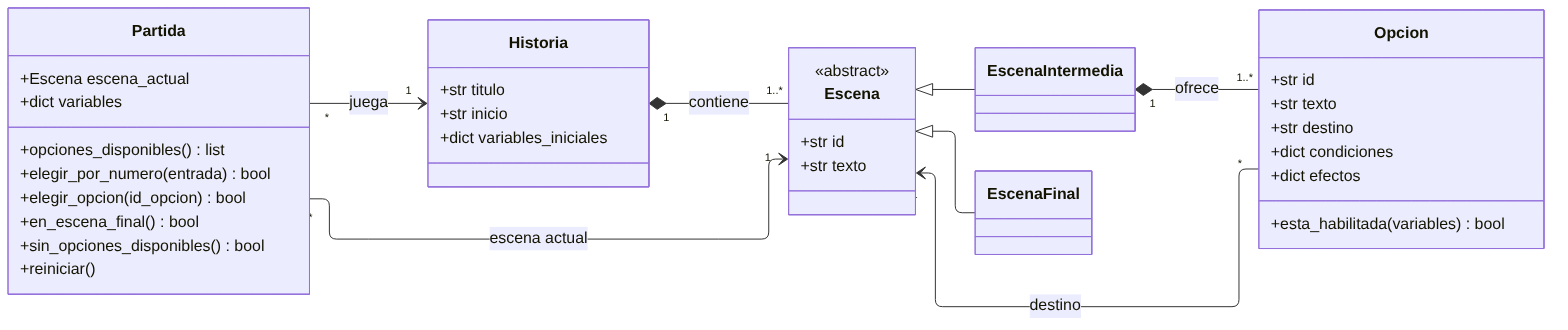
This is docs/diagramas/clases.png from 8alanct-hub/sistema_de_historias_interectativas, a Mermaid export, as it was before one commit. Its source is kept beside it as docs/diagramas/clases.mmd.
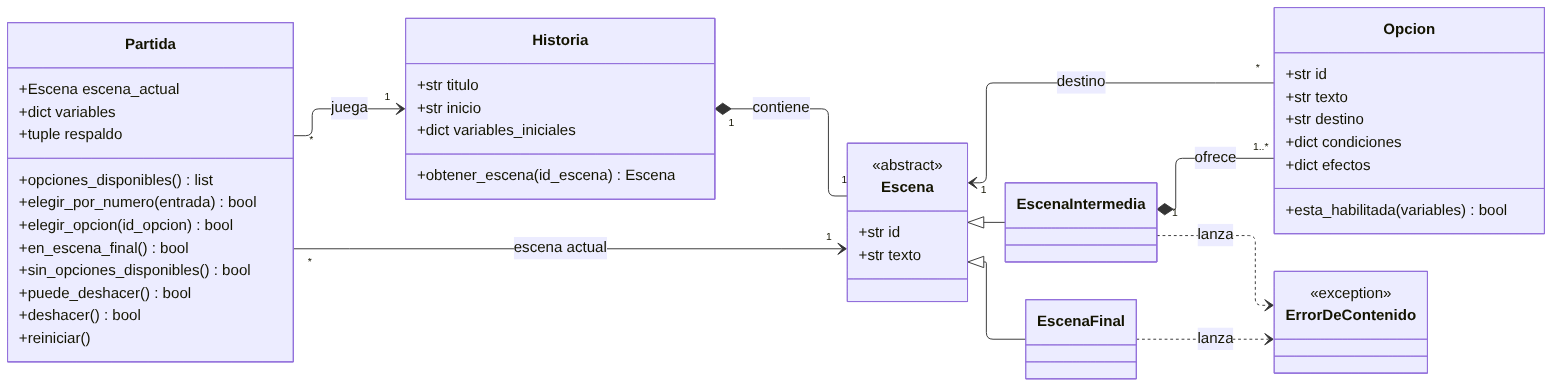
Later version of the same file.

Diff of the diagram source:
```diff
@@ -9,6 +9,7 @@
         +str titulo
         +str inicio
         +dict variables_iniciales
+        +obtener_escena(id_escena) Escena
     }
 
     class Escena {
@@ -32,14 +33,21 @@
         +esta_habilitada(variables) bool
     }
 
+    class ErrorDeContenido {
+        <<exception>>
+    }
+
     class Partida {
         +Escena escena_actual
         +dict variables
+        +tuple respaldo
         +opciones_disponibles() list
         +elegir_por_numero(entrada) bool
         +elegir_opcion(id_opcion) bool
         +en_escena_final() bool
         +sin_opciones_disponibles() bool
+        +puede_deshacer() bool
+        +deshacer() bool
         +reiniciar()
     }
 
@@ -49,4 +57,6 @@
     EscenaIntermedia "1" *-- "1..*" Opcion : ofrece
     Opcion "*" --> "1" Escena : destino
     Partida "*" --> "1" Historia : juega
+    EscenaIntermedia ..> ErrorDeContenido : lanza
+    EscenaFinal ..> ErrorDeContenido : lanza
     Partida "*" --> "1" Escena : escena actual
```
